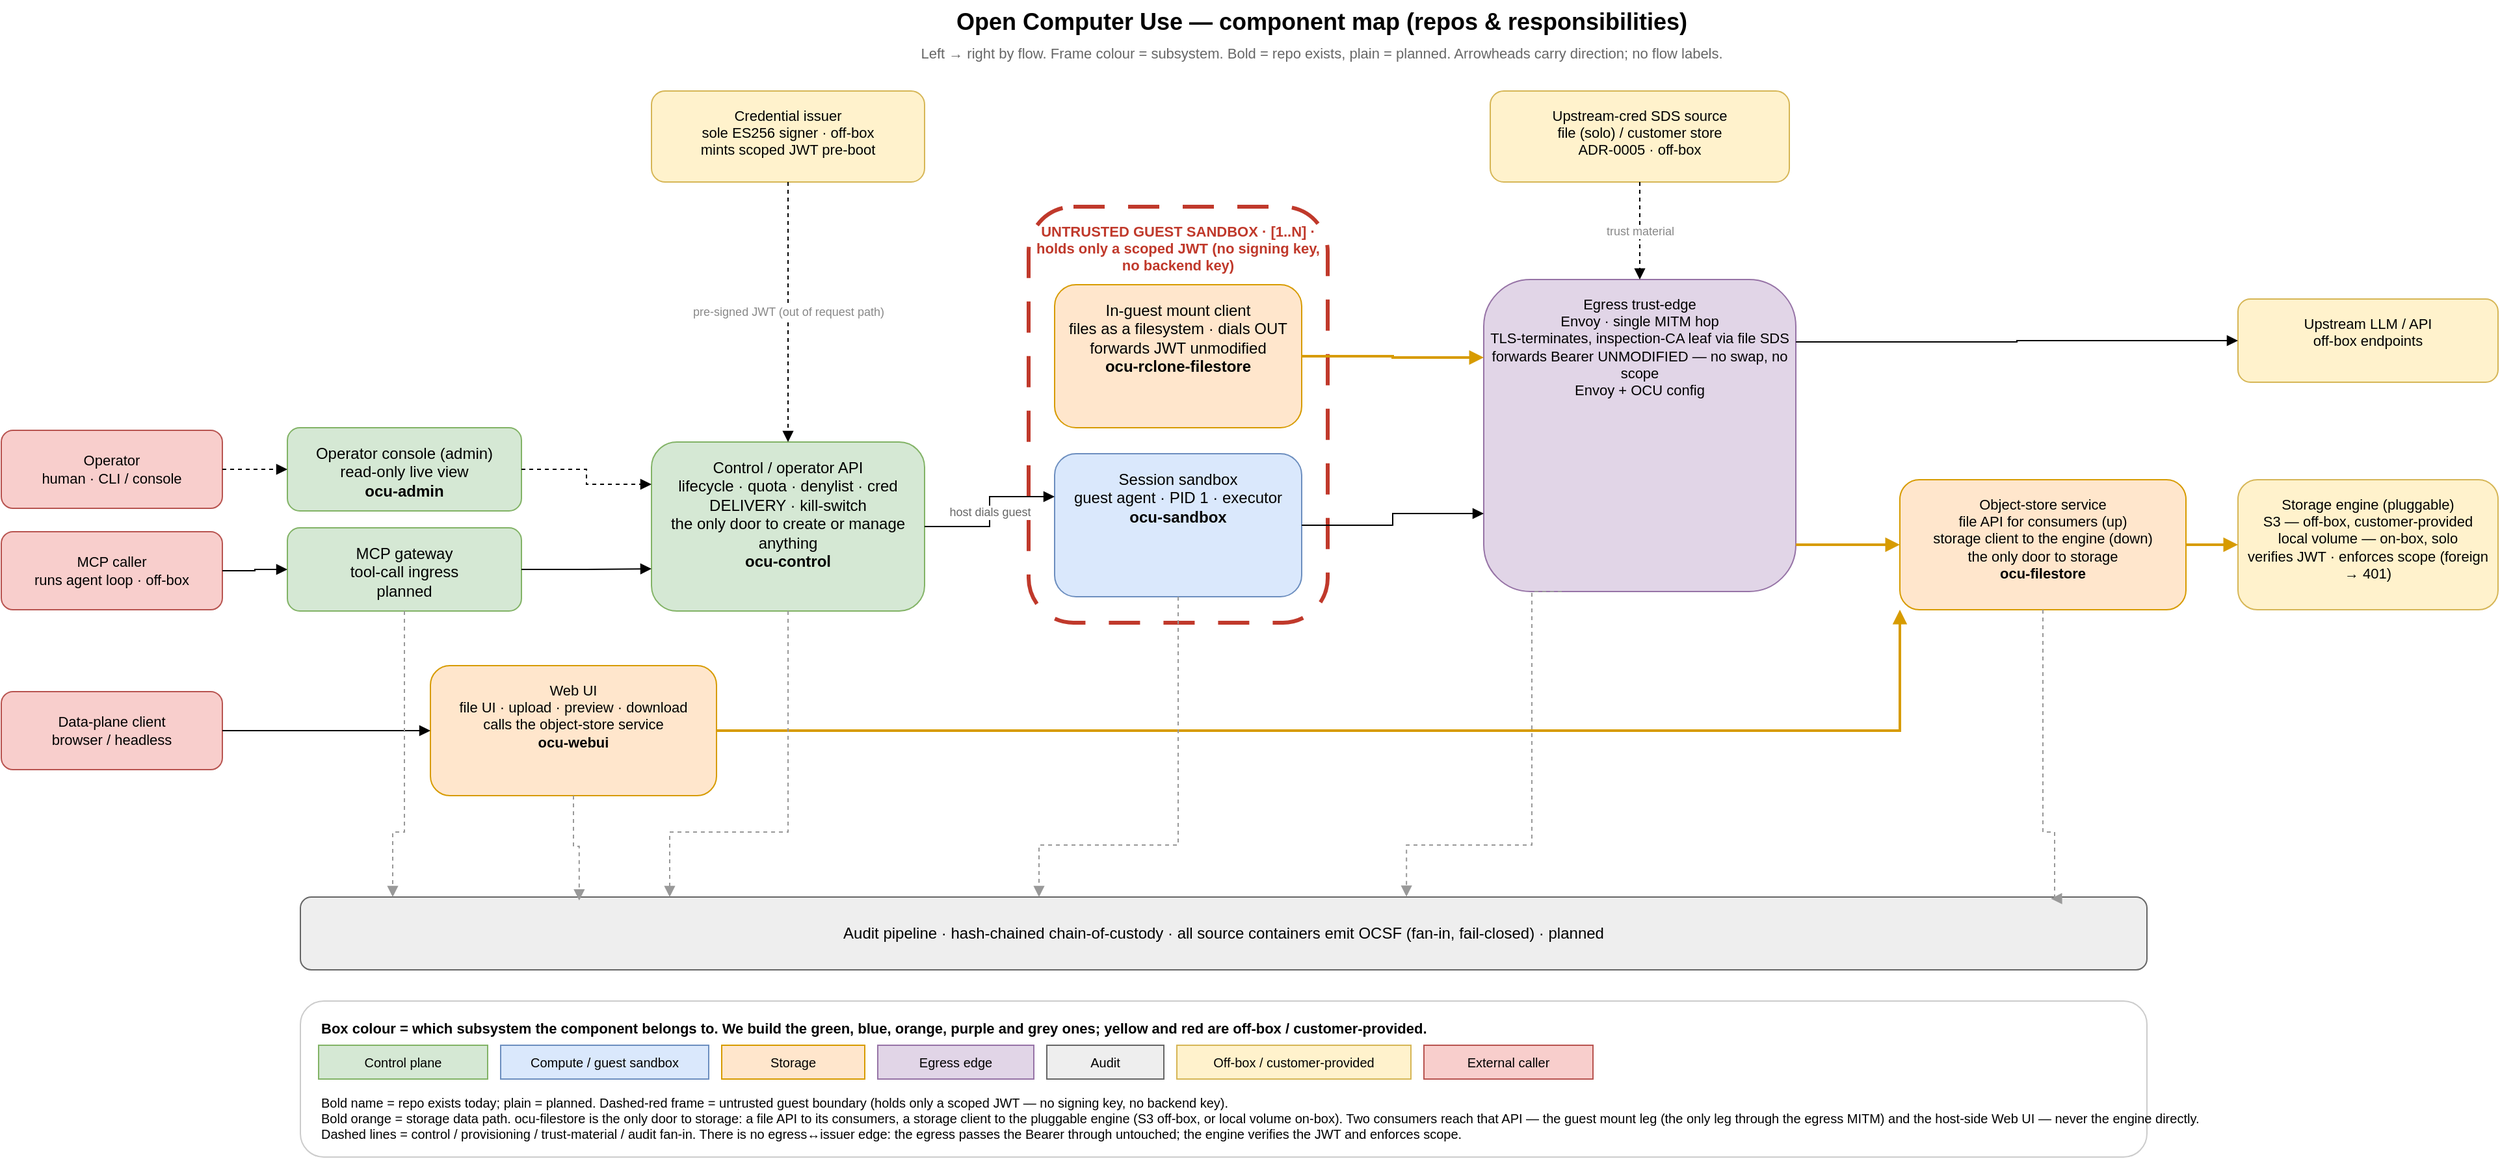
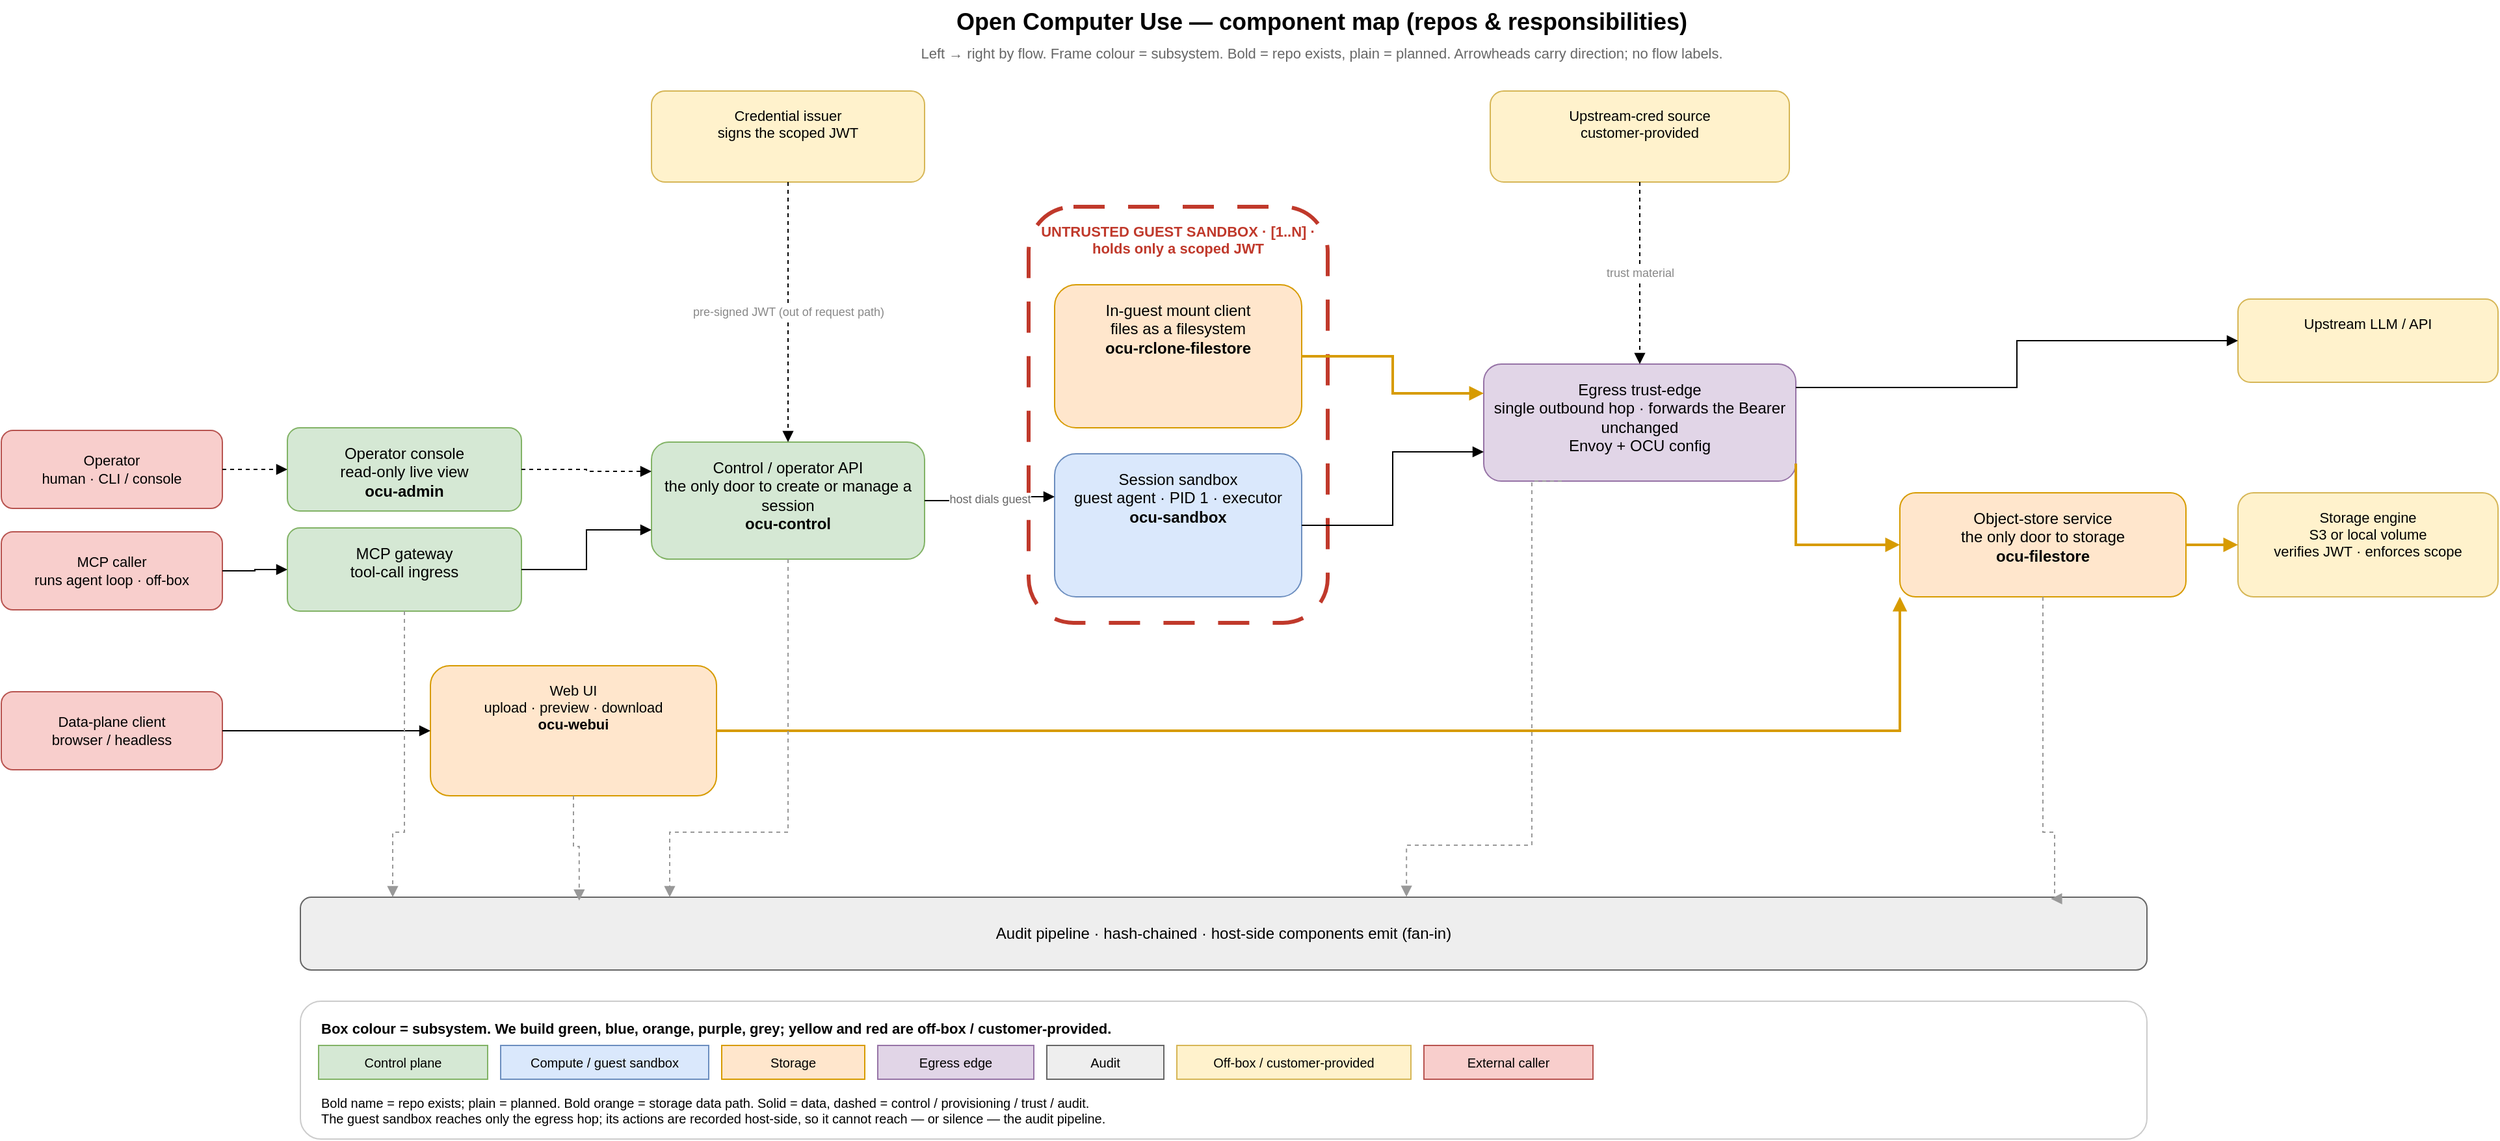
<mxfile host="65bd71144e">
    <diagram id="ocu-components" name="Component map">
        <mxGraphModel dx="1435" dy="1511" grid="1" gridSize="10" guides="1" tooltips="1" connect="1" arrows="1" fold="1" page="1" pageScale="1" pageWidth="2000" pageHeight="900" math="0" shadow="0">
            <root>
                <mxCell id="0"/>
                <mxCell id="1" parent="0"/>
                <mxCell id="title" value="Open Computer Use — component map (repos &amp; responsibilities)" style="text;html=1;strokeColor=none;fillColor=none;fontSize=18;fontStyle=1;align=center;" parent="1" vertex="1">
                    <mxGeometry x="700" y="20" width="710" height="28" as="geometry"/>
                </mxCell>
                <mxCell id="sub" value="Left → right by flow. Frame colour = subsystem. Bold = repo exists, plain = planned. Arrowheads carry direction; no flow labels." style="text;html=1;strokeColor=none;fillColor=none;fontSize=11;fontColor=#666;align=center;" parent="1" vertex="1">
                    <mxGeometry x="700" y="48" width="710" height="16" as="geometry"/>
                </mxCell>
                <mxCell id="x-peer" value="MCP caller&#xa;runs agent loop · off-box" style="rounded=1;whiteSpace=wrap;html=1;fillColor=#f8cecc;strokeColor=#b85450;fontSize=11;" parent="1" vertex="1">
                    <mxGeometry x="40" y="429" width="170" height="60" as="geometry"/>
                </mxCell>
                <mxCell id="x-op" value="Operator&#xa;human · CLI / console" style="rounded=1;whiteSpace=wrap;html=1;fillColor=#f8cecc;strokeColor=#b85450;fontSize=11;" parent="1" vertex="1">
                    <mxGeometry x="40" y="351" width="170" height="60" as="geometry"/>
                </mxCell>
                <mxCell id="x-dpc" value="Data-plane client&#xa;browser / headless" style="rounded=1;whiteSpace=wrap;html=1;fillColor=#f8cecc;strokeColor=#b85450;fontSize=11;" parent="1" vertex="1">
                    <mxGeometry x="40" y="552" width="170" height="60" as="geometry"/>
                </mxCell>
-                 <mxCell id="o-issuer" value="Credential issuer&#xa;sole ES256 signer · off-box&#xa;mints scoped JWT pre-boot" style="rounded=1;whiteSpace=wrap;html=1;fillColor=#fff2cc;strokeColor=#d6b656;fontSize=11;verticalAlign=top;spacingTop=6;" parent="1" vertex="1">
+                 <mxCell id="o-issuer" value="Credential issuer&#xa;signs the scoped JWT" style="rounded=1;whiteSpace=wrap;html=1;fillColor=#fff2cc;strokeColor=#d6b656;fontSize=11;verticalAlign=top;spacingTop=6;" parent="1" vertex="1">
                    <mxGeometry x="540" y="90" width="210" height="70" as="geometry"/>
                </mxCell>
-                 <mxCell id="c01" value="MCP gateway&#xa;tool-call ingress&#xa;planned" style="rounded=1;whiteSpace=wrap;html=1;fillColor=#d5e8d4;strokeColor=#82b366;fontSize=12;verticalAlign=top;spacingTop=6;" parent="1" vertex="1">
+                 <mxCell id="c01" value="MCP gateway&#xa;tool-call ingress" style="rounded=1;whiteSpace=wrap;html=1;fillColor=#d5e8d4;strokeColor=#82b366;fontSize=12;verticalAlign=top;spacingTop=6;" parent="1" vertex="1">
                    <mxGeometry x="260" y="426" width="180" height="64" as="geometry"/>
                </mxCell>
-                 <mxCell id="cadmin" value="Operator console (admin)&#xa;read-only live view&#xa;&lt;b&gt;ocu-admin&lt;/b&gt;" style="rounded=1;whiteSpace=wrap;html=1;fillColor=#d5e8d4;strokeColor=#82b366;fontSize=12;verticalAlign=top;spacingTop=6;" parent="1" vertex="1">
+                 <mxCell id="cadmin" value="Operator console&#xa;read-only live view&#xa;&lt;b&gt;ocu-admin&lt;/b&gt;" style="rounded=1;whiteSpace=wrap;html=1;fillColor=#d5e8d4;strokeColor=#82b366;fontSize=12;verticalAlign=top;spacingTop=6;" parent="1" vertex="1">
                    <mxGeometry x="260" y="349" width="180" height="64" as="geometry"/>
                </mxCell>
-                 <mxCell id="c02" value="Control / operator API&#xa;lifecycle · quota · denylist · cred DELIVERY · kill-switch&#xa;the only door to create or manage anything&#xa;&lt;b&gt;ocu-control&lt;/b&gt;" style="rounded=1;whiteSpace=wrap;html=1;fillColor=#d5e8d4;strokeColor=#82b366;fontSize=12;verticalAlign=top;spacingTop=6;" parent="1" vertex="1">
-                     <mxGeometry x="540" y="360" width="210" height="130" as="geometry"/>
+                 <mxCell id="c02" value="Control / operator API&#xa;the only door to create or manage a session&#xa;&lt;b&gt;ocu-control&lt;/b&gt;" style="rounded=1;whiteSpace=wrap;html=1;fillColor=#d5e8d4;strokeColor=#82b366;fontSize=12;verticalAlign=top;spacingTop=6;" parent="1" vertex="1">
+                     <mxGeometry x="540" y="360" width="210" height="90" as="geometry"/>
                </mxCell>
-                 <mxCell id="guestframe" value="UNTRUSTED GUEST SANDBOX · [1..N] · holds only a scoped JWT (no signing key, no backend key)" style="rounded=1;whiteSpace=wrap;html=1;fillColor=none;strokeColor=#c0392b;strokeWidth=3;dashed=1;dashPattern=8 6;fontSize=11;fontStyle=1;fontColor=#c0392b;verticalAlign=top;align=center;spacingTop=6;" parent="1" vertex="1">
+                 <mxCell id="guestframe" value="UNTRUSTED GUEST SANDBOX · [1..N] · holds only a scoped JWT" style="rounded=1;whiteSpace=wrap;html=1;fillColor=none;strokeColor=#c0392b;strokeWidth=3;dashed=1;dashPattern=8 6;fontSize=11;fontStyle=1;fontColor=#c0392b;verticalAlign=top;align=center;spacingTop=6;" parent="1" vertex="1">
                    <mxGeometry x="830" y="179" width="230" height="320" as="geometry"/>
                </mxCell>
                <mxCell id="g-agent" value="Session sandbox&#xa;guest agent · PID 1 · executor&#xa;&lt;b&gt;ocu-sandbox&lt;/b&gt;" style="rounded=1;whiteSpace=wrap;html=1;fillColor=#dae8fc;strokeColor=#6c8ebf;fontSize=12;verticalAlign=top;spacingTop=6;" parent="guestframe" vertex="1">
                    <mxGeometry x="20" y="190" width="190" height="110" as="geometry"/>
                </mxCell>
-                 <mxCell id="g-mount" value="In-guest mount client&#xa;files as a filesystem · dials OUT&#xa;forwards JWT unmodified&#xa;&lt;b&gt;ocu-rclone-filestore&lt;/b&gt;" style="rounded=1;whiteSpace=wrap;html=1;fillColor=#ffe6cc;strokeColor=#d79b00;fontSize=12;verticalAlign=top;spacingTop=6;" parent="guestframe" vertex="1">
+                 <mxCell id="g-mount" value="In-guest mount client&#xa;files as a filesystem&#xa;&lt;b&gt;ocu-rclone-filestore&lt;/b&gt;" style="rounded=1;whiteSpace=wrap;html=1;fillColor=#ffe6cc;strokeColor=#d79b00;fontSize=12;verticalAlign=top;spacingTop=6;" parent="guestframe" vertex="1">
                    <mxGeometry x="20" y="60" width="190" height="110" as="geometry"/>
                </mxCell>
-                 <mxCell id="c06" value="Egress trust-edge&#xa;Envoy · single MITM hop&#xa;TLS-terminates, inspection-CA leaf via file SDS&#xa;forwards Bearer UNMODIFIED — no swap, no scope&#xa;Envoy + OCU config" style="rounded=1;whiteSpace=wrap;html=1;fillColor=#e1d5e7;strokeColor=#9673a6;fontSize=11;verticalAlign=top;spacingTop=6;" parent="1" vertex="1">
-                     <mxGeometry x="1180" y="235" width="240" height="240" as="geometry"/>
+                 <mxCell id="c06" value="Egress trust-edge&#xa;single outbound hop · forwards the Bearer unchanged&#xa;Envoy + OCU config" style="rounded=1;whiteSpace=wrap;html=1;fillColor=#e1d5e7;strokeColor=#9673a6;fontSize=12;verticalAlign=top;spacingTop=6;" parent="1" vertex="1">
+                     <mxGeometry x="1180" y="300" width="240" height="90" as="geometry"/>
                </mxCell>
-                 <mxCell id="c08" value="Web UI&#xa;file UI · upload · preview · download&#xa;calls the object-store service&#xa;&lt;b&gt;ocu-webui&lt;/b&gt;" style="rounded=1;whiteSpace=wrap;html=1;fillColor=#ffe6cc;strokeColor=#d79b00;fontSize=11;verticalAlign=top;spacingTop=6;" parent="1" vertex="1">
+                 <mxCell id="c08" value="Web UI&#xa;upload · preview · download&#xa;&lt;b&gt;ocu-webui&lt;/b&gt;" style="rounded=1;whiteSpace=wrap;html=1;fillColor=#ffe6cc;strokeColor=#d79b00;fontSize=11;verticalAlign=top;spacingTop=6;" parent="1" vertex="1">
                    <mxGeometry x="370" y="532" width="220" height="100" as="geometry"/>
                </mxCell>
-                 <mxCell id="c04" value="Object-store service&#xa;file API for consumers (up)&#xa;storage client to the engine (down)&#xa;the only door to storage&#xa;&lt;b&gt;ocu-filestore&lt;/b&gt;" style="rounded=1;whiteSpace=wrap;html=1;fillColor=#ffe6cc;strokeColor=#d79b00;fontSize=11;verticalAlign=top;spacingTop=6;" parent="1" vertex="1">
-                     <mxGeometry x="1500" y="389" width="220" height="100" as="geometry"/>
+                 <mxCell id="c04" value="Object-store service&#xa;the only door to storage&#xa;&lt;b&gt;ocu-filestore&lt;/b&gt;" style="rounded=1;whiteSpace=wrap;html=1;fillColor=#ffe6cc;strokeColor=#d79b00;fontSize=12;verticalAlign=top;spacingTop=6;" parent="1" vertex="1">
+                     <mxGeometry x="1500" y="399" width="220" height="80" as="geometry"/>
                </mxCell>
-                 <mxCell id="o-up" value="Upstream LLM / API&#xa;off-box endpoints" style="rounded=1;whiteSpace=wrap;html=1;fillColor=#fff2cc;strokeColor=#d6b656;fontSize=11;verticalAlign=top;spacingTop=6;" parent="1" vertex="1">
+                 <mxCell id="o-up" value="Upstream LLM / API" style="rounded=1;whiteSpace=wrap;html=1;fillColor=#fff2cc;strokeColor=#d6b656;fontSize=11;verticalAlign=top;spacingTop=6;" parent="1" vertex="1">
                    <mxGeometry x="1760" y="250" width="200" height="64" as="geometry"/>
                </mxCell>
-                 <mxCell id="o-sds" value="Upstream-cred SDS source&#xa;file (solo) / customer store&#xa;ADR-0005 · off-box" style="rounded=1;whiteSpace=wrap;html=1;fillColor=#fff2cc;strokeColor=#d6b656;fontSize=11;verticalAlign=top;spacingTop=6;" parent="1" vertex="1">
+                 <mxCell id="o-sds" value="Upstream-cred source&#xa;customer-provided" style="rounded=1;whiteSpace=wrap;html=1;fillColor=#fff2cc;strokeColor=#d6b656;fontSize=11;verticalAlign=top;spacingTop=6;" parent="1" vertex="1">
                    <mxGeometry x="1185" y="90" width="230" height="70" as="geometry"/>
                </mxCell>
-                 <mxCell id="o-backend" value="Storage engine (pluggable)&#xa;S3 — off-box, customer-provided&#xa;local volume — on-box, solo&#xa;verifies JWT · enforces scope (foreign → 401)" style="rounded=1;whiteSpace=wrap;html=1;fillColor=#fff2cc;strokeColor=#d6b656;fontSize=11;verticalAlign=top;spacingTop=6;" parent="1" vertex="1">
-                     <mxGeometry x="1760" y="389" width="200" height="100" as="geometry"/>
+                 <mxCell id="o-backend" value="Storage engine&#xa;S3 or local volume&#xa;verifies JWT · enforces scope" style="rounded=1;whiteSpace=wrap;html=1;fillColor=#fff2cc;strokeColor=#d6b656;fontSize=11;verticalAlign=top;spacingTop=6;" parent="1" vertex="1">
+                     <mxGeometry x="1760" y="399" width="200" height="80" as="geometry"/>
                </mxCell>
-                 <mxCell id="c07" value="Audit pipeline · hash-chained chain-of-custody · all source containers emit OCSF (fan-in, fail-closed) · planned" style="rounded=1;whiteSpace=wrap;html=1;fillColor=#eeeeee;strokeColor=#666666;fontSize=12;verticalAlign=middle;align=center;" parent="1" vertex="1">
+                 <mxCell id="c07" value="Audit pipeline · hash-chained · host-side components emit (fan-in)" style="rounded=1;whiteSpace=wrap;html=1;fillColor=#eeeeee;strokeColor=#666666;fontSize=12;verticalAlign=middle;align=center;" parent="1" vertex="1">
                    <mxGeometry x="270" y="710" width="1420" height="56" as="geometry"/>
                </mxCell>
                <mxCell id="e-peer" style="edgeStyle=orthogonalEdgeStyle;html=1;rounded=0;endArrow=block;exitX=1;exitY=0.5;entryX=0;entryY=0.5;" parent="1" source="x-peer" target="c01" edge="1">
                    <mxGeometry relative="1" as="geometry"/>
                </mxCell>
                <mxCell id="e-gw-ctrl" style="edgeStyle=orthogonalEdgeStyle;html=1;rounded=0;endArrow=block;exitX=1;exitY=0.5;entryX=0;entryY=0.75;entryDx=0;entryDy=0;" parent="1" source="c01" target="c02" edge="1">
                    <mxGeometry relative="1" as="geometry"/>
                </mxCell>
                <mxCell id="e-ctrl-sbx" value="host dials guest" style="edgeStyle=orthogonalEdgeStyle;html=1;rounded=0;endArrow=block;fontSize=9;fontColor=#666;exitX=1;exitY=0.5;entryX=0;entryY=0.3;" parent="1" source="c02" target="g-agent" edge="1">
                    <mxGeometry relative="1" as="geometry"/>
                </mxCell>
                <mxCell id="e-op-admin" style="edgeStyle=orthogonalEdgeStyle;html=1;rounded=0;endArrow=block;dashed=1;exitX=1;exitY=0.5;entryX=0;entryY=0.5;exitDx=0;exitDy=0;" parent="1" source="x-op" target="cadmin" edge="1">
                    <mxGeometry relative="1" as="geometry"/>
                </mxCell>
                <mxCell id="e-admin-ctrl" style="edgeStyle=orthogonalEdgeStyle;html=1;rounded=0;endArrow=block;dashed=1;exitX=1;exitY=0.5;entryX=0;entryY=0.25;entryDx=0;entryDy=0;" parent="1" source="cadmin" target="c02" edge="1">
                    <mxGeometry relative="1" as="geometry"/>
                </mxCell>
                <mxCell id="e-iss-ctrl" value="pre-signed JWT (out of request path)" style="edgeStyle=orthogonalEdgeStyle;html=1;rounded=0;endArrow=block;dashed=1;fontSize=9;fontColor=#888;exitX=0.5;exitY=1;entryX=0.5;entryY=0;exitDx=0;exitDy=0;" parent="1" source="o-issuer" target="c02" edge="1">
                    <mxGeometry relative="1" as="geometry">
                        <mxPoint x="645" y="189" as="sourcePoint"/>
                    </mxGeometry>
                </mxCell>
                <mxCell id="e-mount-egr" style="edgeStyle=orthogonalEdgeStyle;html=1;rounded=0;endArrow=block;strokeWidth=2;strokeColor=#d79b00;exitX=1;exitY=0.5;entryX=0;entryY=0.25;entryDx=0;entryDy=0;" parent="1" source="g-mount" target="c06" edge="1">
                    <mxGeometry relative="1" as="geometry"/>
                </mxCell>
                <mxCell id="e-egr-backend" style="edgeStyle=orthogonalEdgeStyle;html=1;rounded=0;endArrow=block;strokeWidth=2;strokeColor=#d79b00;exitX=1;exitY=0.85;entryX=0;entryY=0.5;entryDx=0;entryDy=0;" parent="1" source="c06" target="c04" edge="1">
                    <mxGeometry relative="1" as="geometry">
                        <Array as="points">
                            <mxPoint x="1500" y="439"/>
                            <mxPoint x="1500" y="439"/>
                        </Array>
                    </mxGeometry>
                </mxCell>
                <mxCell id="e-dpc" style="edgeStyle=orthogonalEdgeStyle;html=1;rounded=0;endArrow=block;exitX=1;exitY=0.5;entryX=0;entryY=0.5;" parent="1" source="x-dpc" target="c08" edge="1">
                    <mxGeometry relative="1" as="geometry"/>
                </mxCell>
                <mxCell id="e-webui-c04" style="edgeStyle=orthogonalEdgeStyle;html=1;rounded=0;endArrow=block;strokeWidth=2;strokeColor=#d79b00;exitX=1;exitY=0.5;entryX=0;entryY=1;entryDx=0;entryDy=0;" parent="1" source="c08" target="c04" edge="1">
                    <mxGeometry relative="1" as="geometry"/>
                </mxCell>
                <mxCell id="e-c04-backend" style="edgeStyle=orthogonalEdgeStyle;html=1;rounded=0;endArrow=block;strokeWidth=2;strokeColor=#d79b00;exitX=1;exitY=0.5;entryX=0;entryY=0.5;entryDx=0;entryDy=0;" parent="1" source="c04" target="o-backend" edge="1">
                    <mxGeometry relative="1" as="geometry"/>
                </mxCell>
                <mxCell id="e-agent-egr" style="edgeStyle=orthogonalEdgeStyle;html=1;rounded=0;endArrow=block;exitX=1;exitY=0.5;entryX=0;entryY=0.75;entryDx=0;entryDy=0;" parent="1" source="g-agent" target="c06" edge="1">
                    <mxGeometry relative="1" as="geometry"/>
                </mxCell>
                <mxCell id="e-egr-up" style="edgeStyle=orthogonalEdgeStyle;html=1;rounded=0;endArrow=block;exitX=1;exitY=0.2;entryX=0;entryY=0.5;" parent="1" source="c06" target="o-up" edge="1">
                    <mxGeometry relative="1" as="geometry"/>
                </mxCell>
                <mxCell id="e-sds-egr" value="trust material" style="edgeStyle=orthogonalEdgeStyle;html=1;rounded=0;endArrow=block;dashed=1;fontSize=9;fontColor=#888;exitX=0.5;exitY=1;entryX=0.5;entryY=0;exitDx=0;exitDy=0;" parent="1" source="o-sds" target="c06" edge="1">
                    <mxGeometry relative="1" as="geometry">
                        <mxPoint x="1295" y="189" as="sourcePoint"/>
                    </mxGeometry>
                </mxCell>
                <mxCell id="e-gw-audit" style="edgeStyle=orthogonalEdgeStyle;html=1;rounded=0;endArrow=block;dashed=1;strokeColor=#999;exitX=0.5;exitY=1;entryX=0.05;entryY=0;" parent="1" source="c01" target="c07" edge="1">
                    <mxGeometry relative="1" as="geometry">
                        <Array as="points">
                            <mxPoint x="350" y="660"/>
                            <mxPoint x="341" y="660"/>
                        </Array>
                    </mxGeometry>
                </mxCell>
                <mxCell id="e-ctrl-audit" style="edgeStyle=orthogonalEdgeStyle;html=1;rounded=0;endArrow=block;dashed=1;strokeColor=#999;exitX=0.5;exitY=1;entryX=0.2;entryY=0;" parent="1" source="c02" target="c07" edge="1">
                    <mxGeometry relative="1" as="geometry">
                        <Array as="points">
                            <mxPoint x="645" y="660"/>
                            <mxPoint x="554" y="660"/>
                        </Array>
                    </mxGeometry>
                </mxCell>
-                 <mxCell id="e-sbx-audit" style="edgeStyle=orthogonalEdgeStyle;html=1;rounded=0;endArrow=block;dashed=1;strokeColor=#999;exitX=0.5;exitY=1;entryX=0.4;entryY=0;" parent="1" source="g-agent" target="c07" edge="1">
-                     <mxGeometry relative="1" as="geometry">
-                         <Array as="points">
-                             <mxPoint x="945" y="670"/>
-                             <mxPoint x="838" y="670"/>
-                         </Array>
-                     </mxGeometry>
-                 </mxCell>
                <mxCell id="e-egr-audit" style="edgeStyle=orthogonalEdgeStyle;html=1;rounded=0;endArrow=block;dashed=1;strokeColor=#999;exitX=0.25;exitY=1;entryX=0.599;entryY=-0.005;exitDx=0;exitDy=0;entryDx=0;entryDy=0;entryPerimeter=0;" parent="1" source="c06" target="c07" edge="1">
                    <mxGeometry relative="1" as="geometry">
                        <Array as="points">
                            <mxPoint x="1217" y="670"/>
                            <mxPoint x="1121" y="670"/>
                        </Array>
                    </mxGeometry>
                </mxCell>
                <mxCell id="e-c04-audit" style="edgeStyle=orthogonalEdgeStyle;html=1;rounded=0;endArrow=block;dashed=1;strokeColor=#999;exitX=0.5;exitY=1;entryX=0.948;entryY=0.022;entryDx=0;entryDy=0;entryPerimeter=0;" parent="1" source="c04" target="c07" edge="1">
                    <mxGeometry relative="1" as="geometry">
                        <Array as="points">
                            <mxPoint x="1610" y="660"/>
                            <mxPoint x="1619" y="660"/>
                            <mxPoint x="1619" y="711"/>
                        </Array>
                    </mxGeometry>
                </mxCell>
                <mxCell id="e-c08-audit" style="edgeStyle=orthogonalEdgeStyle;html=1;rounded=0;endArrow=block;dashed=1;strokeColor=#999;exitX=0.5;exitY=1;entryX=0.151;entryY=0.047;entryDx=0;entryDy=0;entryPerimeter=0;" parent="1" source="c08" target="c07" edge="1">
                    <mxGeometry relative="1" as="geometry"/>
                </mxCell>
                <mxCell id="legendbox" value="" style="rounded=1;whiteSpace=wrap;html=1;fillColor=#ffffff;strokeColor=#cccccc;" parent="1" vertex="1">
-                     <mxGeometry x="270" y="790" width="1420" height="120" as="geometry"/>
+                     <mxGeometry x="270" y="790" width="1420" height="106" as="geometry"/>
                </mxCell>
-                 <mxCell id="legendtitle" value="Box colour = which subsystem the component belongs to. We build the green, blue, orange, purple and grey ones; yellow and red are off-box / customer-provided." style="text;html=1;strokeColor=none;fillColor=none;fontSize=11;fontStyle=1;align=left;" parent="legendbox" vertex="1">
+                 <mxCell id="legendtitle" value="Box colour = subsystem. We build green, blue, orange, purple, grey; yellow and red are off-box / customer-provided." style="text;html=1;strokeColor=none;fillColor=none;fontSize=11;fontStyle=1;align=left;" parent="legendbox" vertex="1">
                    <mxGeometry x="14" y="8" width="1390" height="18" as="geometry"/>
                </mxCell>
                <mxCell id="sw-green" value="Control plane" style="rounded=0;whiteSpace=wrap;html=1;fillColor=#d5e8d4;strokeColor=#82b366;fontSize=10;" parent="legendbox" vertex="1">
                    <mxGeometry x="14" y="34" width="130" height="26" as="geometry"/>
                </mxCell>
                <mxCell id="sw-blue" value="Compute / guest sandbox" style="rounded=0;whiteSpace=wrap;html=1;fillColor=#dae8fc;strokeColor=#6c8ebf;fontSize=10;" parent="legendbox" vertex="1">
                    <mxGeometry x="154" y="34" width="160" height="26" as="geometry"/>
                </mxCell>
                <mxCell id="sw-orange" value="Storage" style="rounded=0;whiteSpace=wrap;html=1;fillColor=#ffe6cc;strokeColor=#d79b00;fontSize=10;" parent="legendbox" vertex="1">
                    <mxGeometry x="324" y="34" width="110" height="26" as="geometry"/>
                </mxCell>
                <mxCell id="sw-purple" value="Egress edge" style="rounded=0;whiteSpace=wrap;html=1;fillColor=#e1d5e7;strokeColor=#9673a6;fontSize=10;" parent="legendbox" vertex="1">
                    <mxGeometry x="444" y="34" width="120" height="26" as="geometry"/>
                </mxCell>
                <mxCell id="sw-grey" value="Audit" style="rounded=0;whiteSpace=wrap;html=1;fillColor=#eeeeee;strokeColor=#666666;fontSize=10;" parent="legendbox" vertex="1">
                    <mxGeometry x="574" y="34" width="90" height="26" as="geometry"/>
                </mxCell>
                <mxCell id="sw-yellow" value="Off-box / customer-provided" style="rounded=0;whiteSpace=wrap;html=1;fillColor=#fff2cc;strokeColor=#d6b656;fontSize=10;" parent="legendbox" vertex="1">
                    <mxGeometry x="674" y="34" width="180" height="26" as="geometry"/>
                </mxCell>
                <mxCell id="sw-red" value="External caller" style="rounded=0;whiteSpace=wrap;html=1;fillColor=#f8cecc;strokeColor=#b85450;fontSize=10;" parent="legendbox" vertex="1">
                    <mxGeometry x="864" y="34" width="130" height="26" as="geometry"/>
                </mxCell>
-                 <mxCell id="legendtext" value="Bold name = repo exists today; plain = planned.   Dashed-red frame = untrusted guest boundary (holds only a scoped JWT — no signing key, no backend key).&#xa;Bold orange = storage data path. ocu-filestore is the only door to storage: a file API to its consumers, a storage client to the pluggable engine (S3 off-box, or local volume on-box). Two consumers reach that API — the guest mount leg (the only leg through the egress MITM) and the host-side Web UI — never the engine directly.&#xa;Dashed lines = control / provisioning / trust-material / audit fan-in. There is no egress↔issuer edge: the egress passes the Bearer through untouched; the engine verifies the JWT and enforces scope." style="text;html=1;strokeColor=none;fillColor=none;fontSize=10;align=left;" parent="legendbox" vertex="1">
-                     <mxGeometry x="14" y="66" width="1390" height="48" as="geometry"/>
+                 <mxCell id="legendtext" value="Bold name = repo exists; plain = planned.   Bold orange = storage data path.   Solid = data, dashed = control / provisioning / trust / audit.&#xa;The guest sandbox reaches only the egress hop; its actions are recorded host-side, so it cannot reach — or silence — the audit pipeline." style="text;html=1;strokeColor=none;fillColor=none;fontSize=10;align=left;" parent="legendbox" vertex="1">
+                     <mxGeometry x="14" y="66" width="1390" height="32" as="geometry"/>
                </mxCell>
            </root>
        </mxGraphModel>
    </diagram>
</mxfile>